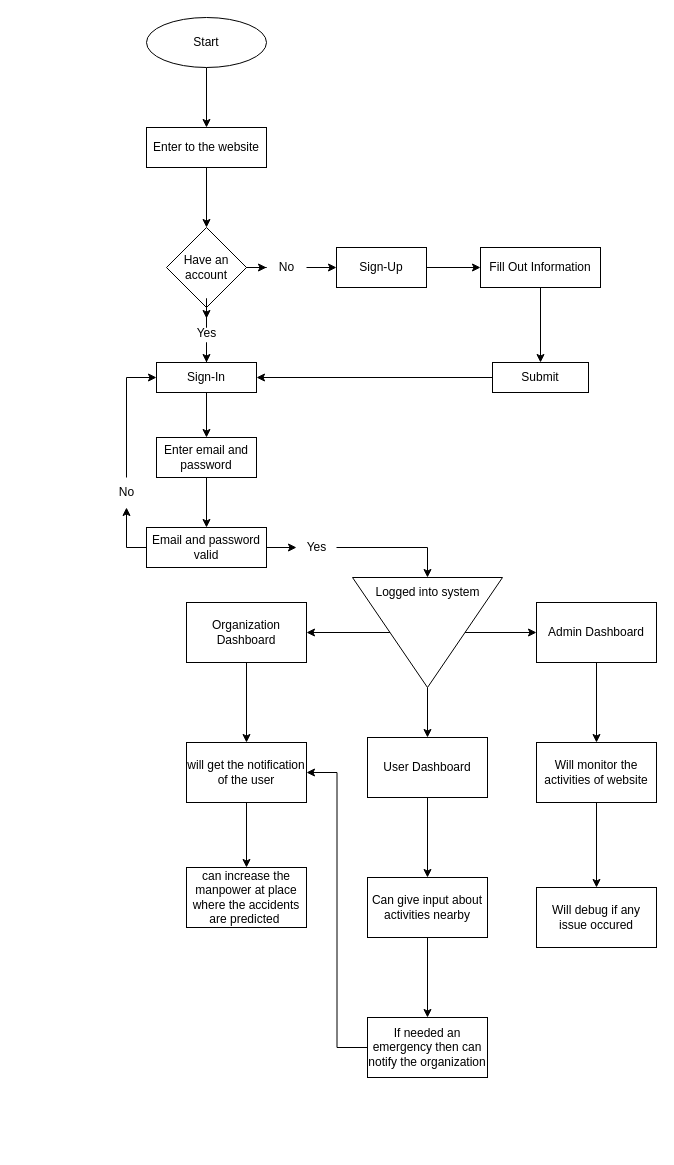
The draw.io diagram Untitled Diagram.drawio in MADEYE42/mini-project-24-25, before the edit. Source tidied: cells renumbered, new cells numbered last; positions are measured from the earlier drawing's top-left corner, leaving out a move shared by most shapes. Both pictures are drawn from the tidied source at 100%, with x=0, y=0 at pixel (106, 17).
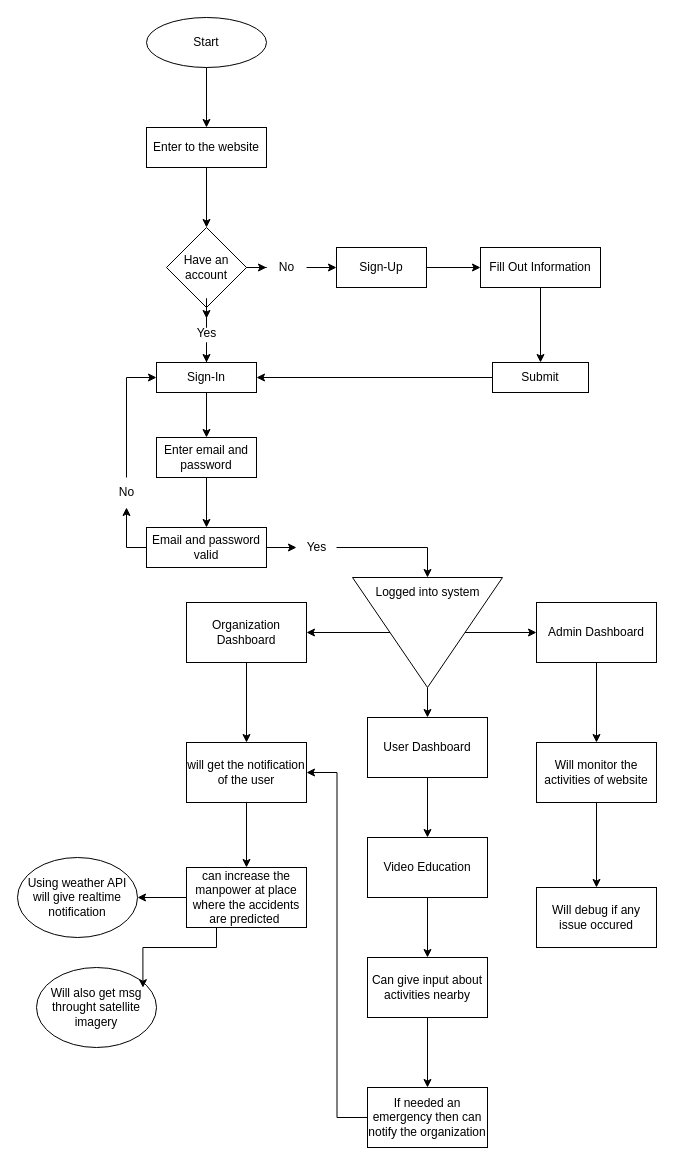
The same diagram, later.

The change refers to these unchanged cells:
```xml
<mxCell id="26" style="triangle;whiteSpace=wrap;html=1;rounded=0;rotation=90;" parent="1" vertex="1">
  <mxGeometry x="266" y="540" width="110" height="150" as="geometry" />
</mxCell>
<mxCell id="50" value="can increase the manpower at place where the accidents are predicted&amp;nbsp;" style="whiteSpace=wrap;html=1;rounded=0;" parent="1" vertex="1">
  <mxGeometry x="80" y="850" width="120" height="60" as="geometry" />
</mxCell>
```

What changed in the source:
```diff
@@
-    <mxCell id="23" style="edgeStyle=orthogonalEdgeStyle;rounded=0;jettySize=auto;html=1;" parent="1" edge="1" source="26" target="36">
-      <mxGeometry relative="1" as="geometry" />
-    </mxCell>
@@
+    <mxCell id="23" style="edgeStyle=orthogonalEdgeStyle;rounded=0;jettySize=auto;html=1;" parent="1" edge="1" source="26" target="36">
+      <mxGeometry relative="1" as="geometry" />
+    </mxCell>
@@
-    <mxCell id="35" style="edgeStyle=orthogonalEdgeStyle;rounded=0;jettySize=auto;html=1;" parent="1" edge="1" source="36" target="45">
-      <mxGeometry relative="1" as="geometry" />
-    </mxCell>
+    <mxCell id="51" style="edgeStyle=orthogonalEdgeStyle;rounded=0;jettySize=auto;html=1;" parent="1" edge="1" source="36" target="54">
+      <mxGeometry relative="1" as="geometry" />
+    </mxCell>
     <mxCell id="36" value="User Dashboard" style="whiteSpace=wrap;html=1;rounded=0;" parent="1" vertex="1">
-      <mxGeometry x="261" y="720" width="120" height="60" as="geometry" />
+      <mxGeometry x="261" y="700" width="120" height="60" as="geometry" />
     </mxCell>
@@
     <mxCell id="45" value="Can give input about activities nearby" style="whiteSpace=wrap;html=1;rounded=0;" parent="1" vertex="1">
-      <mxGeometry x="261" y="860" width="120" height="60" as="geometry" />
+      <mxGeometry x="261" y="940" width="120" height="60" as="geometry" />
     </mxCell>
@@
     <mxCell id="47" value="If needed an emergency then can notify the organization" style="whiteSpace=wrap;html=1;rounded=0;" parent="1" vertex="1">
-      <mxGeometry x="261" y="1000" width="120" height="60" as="geometry" />
+      <mxGeometry x="261" y="1070" width="120" height="60" as="geometry" />
     </mxCell>
@@
+    <mxCell id="52" style="edgeStyle=orthogonalEdgeStyle;rounded=0;jettySize=auto;html=1;entryX=1;entryY=0.5;entryDx=0;entryDy=0;" parent="1" edge="1" source="50" target="55">
+      <mxGeometry relative="1" as="geometry" />
+    </mxCell>
@@
+    <mxCell id="53" style="edgeStyle=orthogonalEdgeStyle;rounded=0;jettySize=auto;html=1;" parent="1" edge="1" source="54" target="45">
+      <mxGeometry relative="1" as="geometry" />
+    </mxCell>
+    <mxCell id="54" value="Video Education" style="whiteSpace=wrap;html=1;rounded=0;" parent="1" vertex="1">
+      <mxGeometry x="261" y="820" width="120" height="60" as="geometry" />
+    </mxCell>
+    <mxCell id="55" value="Using weather API will give realtime notification" style="ellipse;whiteSpace=wrap;html=1;" parent="1" vertex="1">
+      <mxGeometry x="-89" y="840" width="120" height="80" as="geometry" />
+    </mxCell>
+    <mxCell id="56" value="Will also get msg throught satellite imagery" style="ellipse;whiteSpace=wrap;html=1;" parent="1" vertex="1">
+      <mxGeometry x="-70" y="950" width="120" height="80" as="geometry" />
+    </mxCell>
+    <mxCell id="57" style="edgeStyle=orthogonalEdgeStyle;rounded=0;jettySize=auto;html=1;exitX=0.25;exitY=1;exitDx=0;exitDy=0;entryX=0.887;entryY=0.252;entryDx=0;entryDy=0;entryPerimeter=0;" parent="1" edge="1" source="50" target="56">
+      <mxGeometry relative="1" as="geometry" />
+    </mxCell>
```
